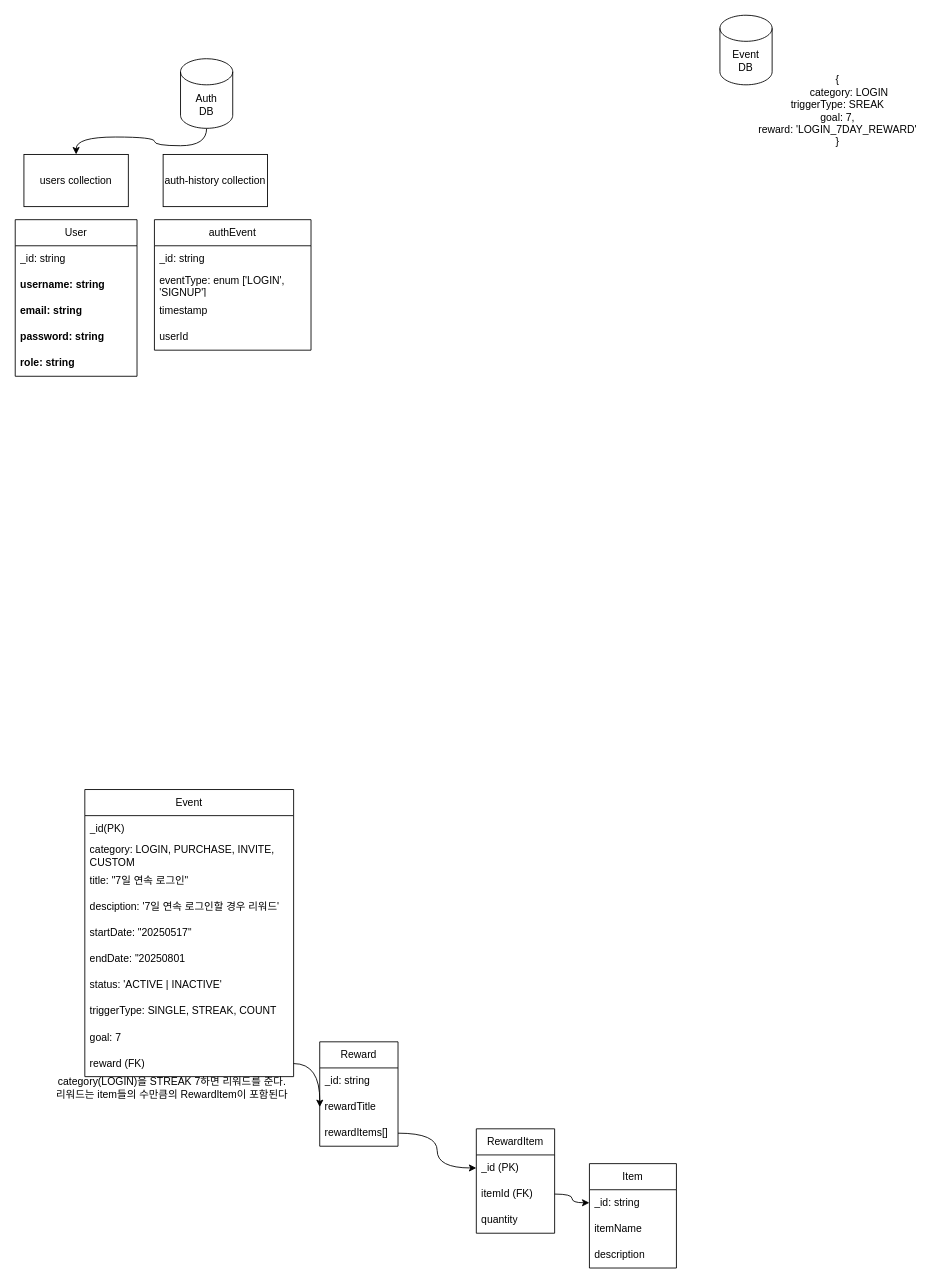
Above: page "erd" (3 of 6) of documents/diagram/diagram.drawio in thursdaycurry/nestjs-msa-eventEngine (draw.io), before the change. Source tidied: cells renumbered, new cells numbered last; positions are measured from the earlier drawing's top-left corner, leaving out a move shared by most shapes. Both pictures are drawn from the tidied source at 87%, with x=0, y=0 at pixel (15, 15).
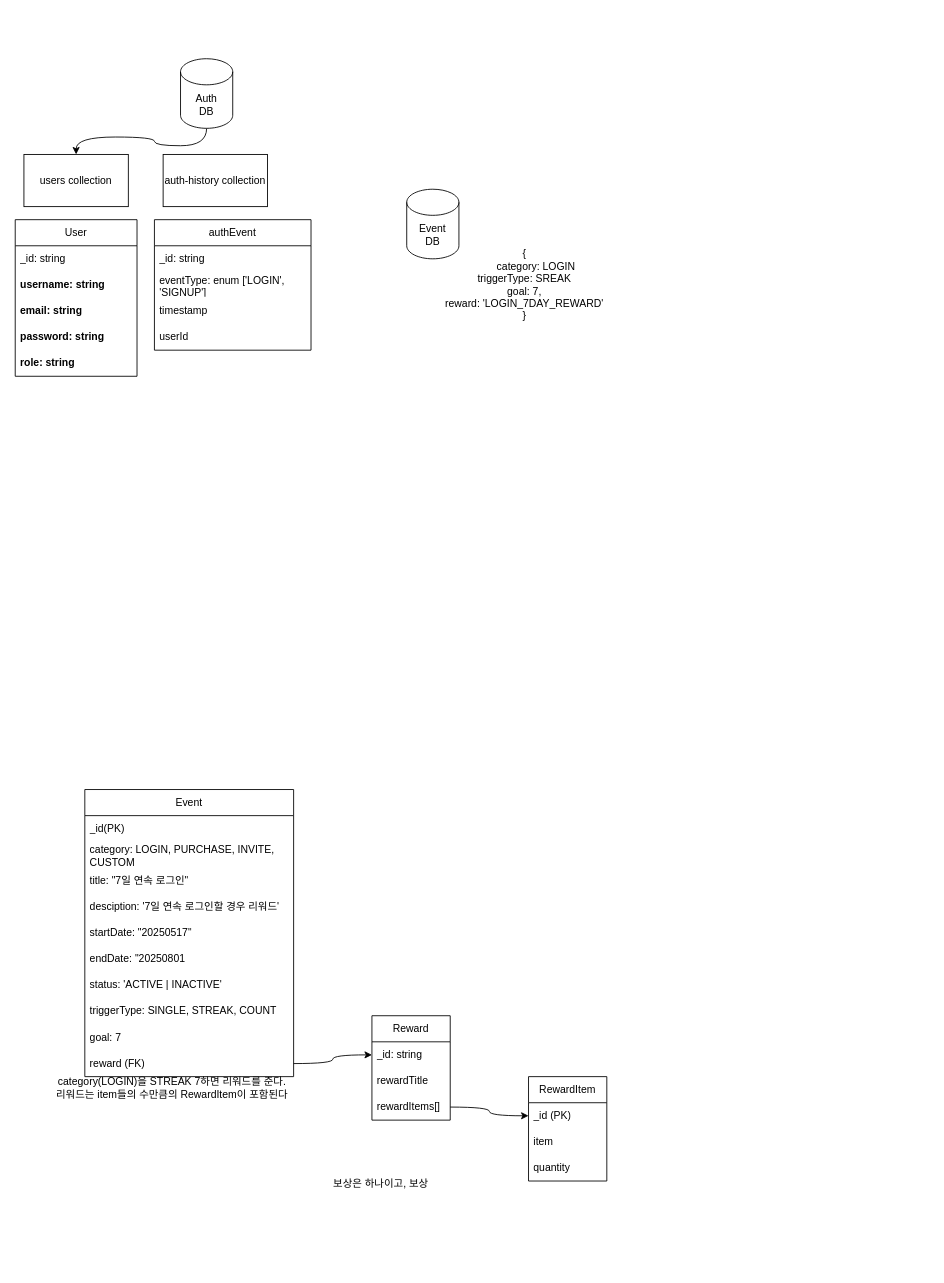
The same page after the edit.

Unchanged cells that the change refers to:
```xml
<mxCell id="18" value="reward (FK)" style="text;strokeColor=none;fillColor=none;align=left;verticalAlign=middle;spacingLeft=4;spacingRight=4;overflow=hidden;points=[[0,0.5],[1,0.5]];portConstraint=eastwest;whiteSpace=wrap;html=1;" parent="8" vertex="1">
  <mxGeometry y="300" width="240" height="30" as="geometry" />
</mxCell>
<mxCell id="39" value="_id: string&amp;nbsp;" style="text;strokeColor=none;fillColor=none;align=left;verticalAlign=middle;spacingLeft=4;spacingRight=4;overflow=hidden;points=[[0,0.5],[1,0.5]];portConstraint=eastwest;whiteSpace=wrap;html=1;" parent="38" vertex="1">
  <mxGeometry y="30" width="90" height="30" as="geometry" />
</mxCell>
```

Diff of the diagram source:
```diff
@@
     <mxCell id="26" value="Event&lt;div&gt;DB&lt;/div&gt;" style="shape=cylinder3;whiteSpace=wrap;html=1;boundedLbl=1;backgroundOutline=1;size=15;" parent="1" vertex="1">
-      <mxGeometry x="810" width="60" height="80" as="geometry" />
+      <mxGeometry x="450" y="200" width="60" height="80" as="geometry" />
     </mxCell>
@@
     <mxCell id="29" value="{&lt;div&gt;&lt;span style=&quot;white-space: pre;&quot;&gt;&#9;&lt;/span&gt;category: LOGIN&lt;br&gt;&lt;/div&gt;&lt;div&gt;triggerType: SREAK&lt;/div&gt;&lt;div&gt;goal: 7,&lt;/div&gt;&lt;div&gt;reward: 'LOGIN_7DAY_REWARD'&lt;/div&gt;&lt;div&gt;}&lt;/div&gt;" style="text;html=1;align=center;verticalAlign=middle;strokeColor=none;fillColor=none;" parent="1" vertex="1">
-      <mxGeometry x="840" y="60" width="210" height="100" as="geometry" />
+      <mxGeometry x="480" y="260" width="210" height="100" as="geometry" />
     </mxCell>
-    <mxCell id="30" value="Item" style="swimlane;fontStyle=0;horizontal=1;startSize=30;whiteSpace=wrap;html=1;" parent="1" vertex="1">
-      <mxGeometry x="660" y="1320" width="100" height="120" as="geometry" />
-    </mxCell>
-    <mxCell id="31" value="_id: string&amp;nbsp;" style="text;strokeColor=none;fillColor=none;align=left;verticalAlign=middle;spacingLeft=4;spacingRight=4;overflow=hidden;points=[[0,0.5],[1,0.5]];portConstraint=eastwest;whiteSpace=wrap;html=1;" parent="30" vertex="1">
-      <mxGeometry y="30" width="100" height="30" as="geometry" />
-    </mxCell>
-    <mxCell id="32" value="itemName" style="text;strokeColor=none;fillColor=none;align=left;verticalAlign=middle;spacingLeft=4;spacingRight=4;overflow=hidden;whiteSpace=wrap;html=1;" parent="30" vertex="1">
-      <mxGeometry y="60" width="100" height="30" as="geometry" />
-    </mxCell>
-    <mxCell id="33" value="description" style="text;strokeColor=none;fillColor=none;align=left;verticalAlign=middle;spacingLeft=4;spacingRight=4;overflow=hidden;whiteSpace=wrap;html=1;" parent="30" vertex="1">
-      <mxGeometry y="90" width="100" height="30" as="geometry" />
-    </mxCell>
     <mxCell id="34" value="RewardItem" style="swimlane;fontStyle=0;horizontal=1;startSize=30;whiteSpace=wrap;html=1;" parent="1" vertex="1">
-      <mxGeometry x="530" y="1280" width="90" height="120" as="geometry" />
+      <mxGeometry x="590" y="1220" width="90" height="120" as="geometry" />
     </mxCell>
@@
-    <mxCell id="36" value="itemId (FK)" style="text;strokeColor=none;fillColor=none;align=left;verticalAlign=middle;spacingLeft=4;spacingRight=4;overflow=hidden;points=[[0,0.5],[1,0.5]];portConstraint=eastwest;whiteSpace=wrap;html=1;" parent="34" vertex="1">
+    <mxCell id="36" value="item" style="text;strokeColor=none;fillColor=none;align=left;verticalAlign=middle;spacingLeft=4;spacingRight=4;overflow=hidden;points=[[0,0.5],[1,0.5]];portConstraint=eastwest;whiteSpace=wrap;html=1;" parent="34" vertex="1">
       <mxGeometry y="60" width="90" height="30" as="geometry" />
     </mxCell>
@@
     <mxCell id="38" value="Reward" style="swimlane;fontStyle=0;horizontal=1;startSize=30;whiteSpace=wrap;html=1;" parent="1" vertex="1">
-      <mxGeometry x="350" y="1180" width="90" height="120" as="geometry" />
+      <mxGeometry x="410" y="1150" width="90" height="120" as="geometry" />
     </mxCell>
@@
-    <mxCell id="42" style="edgeStyle=orthogonalEdgeStyle;curved=1;rounded=0;jettySize=auto;html=1;exitX=1;exitY=0.5;exitDx=0;exitDy=0;entryX=0;entryY=0.5;entryDx=0;entryDy=0;" parent="1" edge="1" source="18">
-      <mxGeometry relative="1" as="geometry">
-        <mxPoint x="350" y="1255" as="targetPoint" />
-      </mxGeometry>
+    <mxCell id="42" style="edgeStyle=orthogonalEdgeStyle;curved=1;rounded=0;jettySize=auto;html=1;exitX=1;exitY=0.5;exitDx=0;exitDy=0;entryX=0;entryY=0.5;entryDx=0;entryDy=0;" parent="1" edge="1" source="18" target="39">
+      <mxGeometry relative="1" as="geometry" />
     </mxCell>
@@
-    <mxCell id="44" style="edgeStyle=orthogonalEdgeStyle;curved=1;rounded=0;jettySize=auto;html=1;exitX=1;exitY=0.5;exitDx=0;exitDy=0;entryX=0;entryY=0.5;entryDx=0;entryDy=0;" parent="1" edge="1" source="36" target="31">
-      <mxGeometry relative="1" as="geometry" />
-    </mxCell>
@@
+    <mxCell id="46" value="보상은 하나이고, 보상" style="text;html=1;align=center;verticalAlign=middle;strokeColor=none;fillColor=none;" parent="1" vertex="1">
+      <mxGeometry x="355" y="1328" width="130" height="30" as="geometry" />
+    </mxCell>
```
